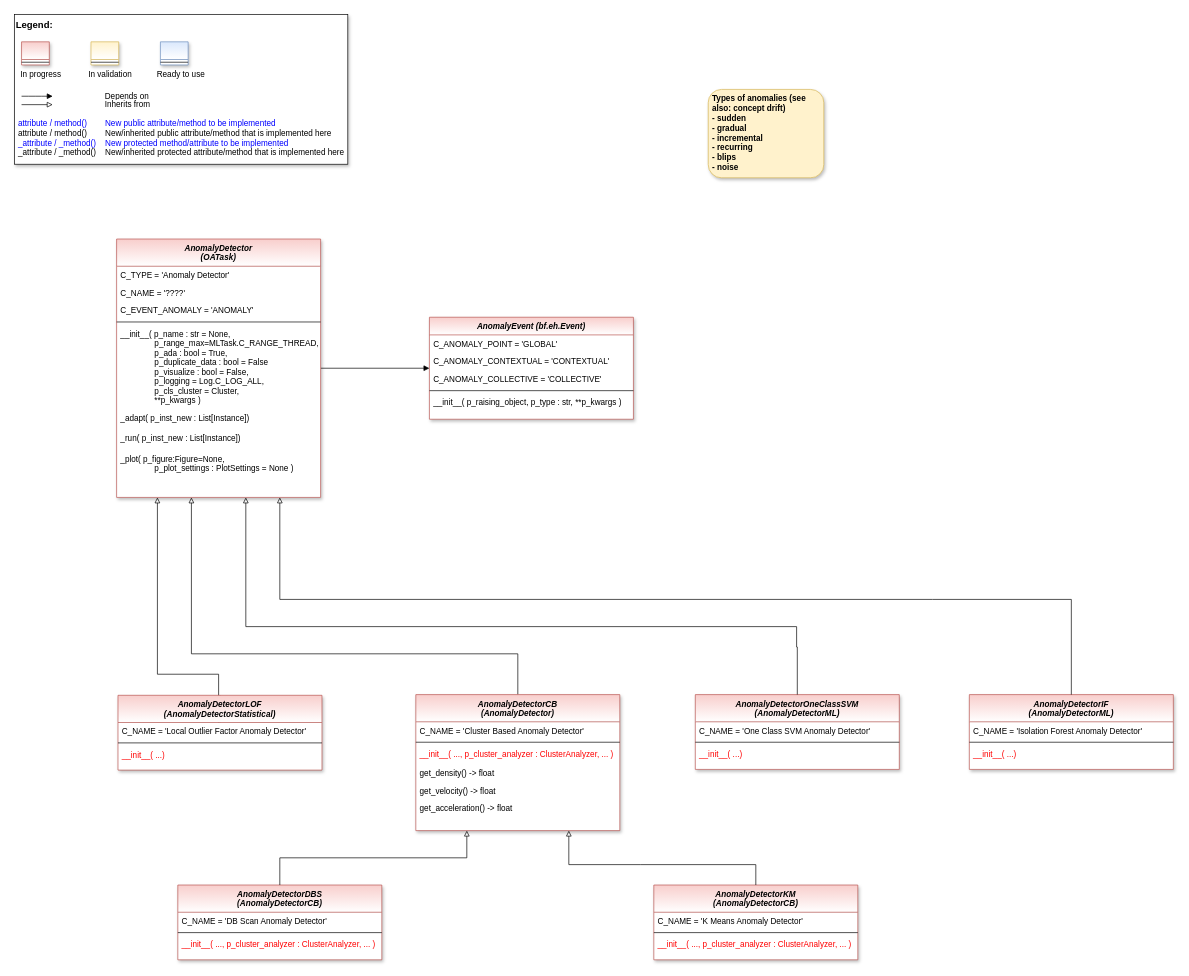
Before: doc/rtd/content/04_appendices/appendix2/sub/core/mlpro_oa/streams/tasks/images/MLPro-OA_Anomaly_Detectors_class_diagram.drawio in fhswf/MLPro, a draw.io diagram. Source tidied: cells renumbered, new cells numbered last; positions are measured from the earlier drawing's top-left corner, leaving out a move shared by most shapes. Both pictures are drawn from the tidied source at 68%, with x=0, y=0 at pixel (14, 14).
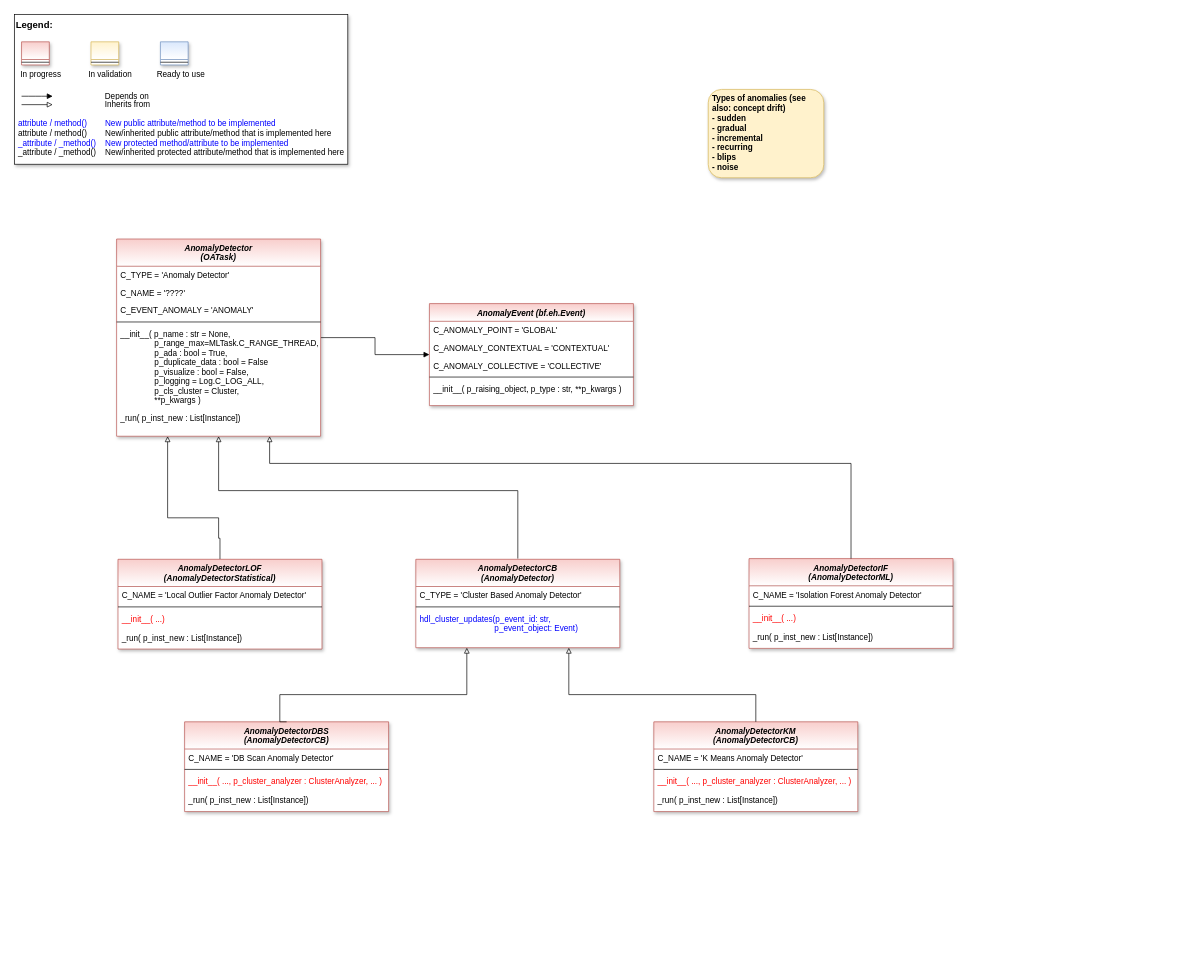
The same diagram, later.

What changed in the source:
```diff
@@
     <mxCell id="14" value="AnomalyDetector&#10;(OATask)" style="swimlane;fontStyle=3;align=center;verticalAlign=top;horizontal=1;startSize=40;rounded=0;shadow=1;strokeWidth=1;fillColor=#f8cecc;strokeColor=#b85450;swimlaneFillColor=#ffffff;gradientColor=#ffffff;" parent="1" vertex="1">
-      <mxGeometry x="150" y="330" width="300" height="380" as="geometry" />
+      <mxGeometry x="150" y="330" width="300" height="290" as="geometry" />
     </mxCell>
@@
-    <mxCell id="20" value="_adapt( p_inst_new : List[Instance])" style="text;align=left;verticalAlign=top;spacingLeft=4;spacingRight=4;overflow=hidden;shadow=1;" parent="14" vertex="1">
-      <mxGeometry y="250" width="300" height="30" as="geometry" />
-    </mxCell>
     <mxCell id="21" value="_run( p_inst_new : List[Instance])" style="text;align=left;verticalAlign=top;spacingLeft=4;spacingRight=4;overflow=hidden;shadow=1;" parent="14" vertex="1">
-      <mxGeometry y="280" width="300" height="30" as="geometry" />
+      <mxGeometry y="250" width="300" height="30" as="geometry" />
     </mxCell>
-    <mxCell id="22" value="_plot( p_figure:Figure=None, &#10;               p_plot_settings : PlotSettings = None )" style="text;align=left;verticalAlign=top;spacingLeft=4;spacingRight=4;overflow=hidden;fontColor=default;" parent="14" vertex="1">
-      <mxGeometry y="310" width="300" height="40" as="geometry" />
-    </mxCell>
     <mxCell id="23" value="AnomalyEvent (bf.eh.Event)" style="swimlane;fontStyle=3;align=center;verticalAlign=top;horizontal=1;startSize=26;rounded=0;shadow=1;strokeWidth=1;fillColor=#f8cecc;strokeColor=#b85450;swimlaneFillColor=#ffffff;gradientColor=#ffffff;" parent="1" vertex="1">
-      <mxGeometry x="610" y="445" width="300" height="150" as="geometry" />
+      <mxGeometry x="610" y="425" width="300" height="150" as="geometry" />
     </mxCell>
@@
-    <mxCell id="29" style="edgeStyle=orthogonalEdgeStyle;rounded=0;jettySize=auto;html=1;fontColor=#0000FF;endArrow=block;endFill=0;exitX=0.5;exitY=0;exitDx=0;exitDy=0;" parent="1" edge="1" source="30">
+    <mxCell id="29" style="edgeStyle=orthogonalEdgeStyle;rounded=0;jettySize=auto;html=1;fontColor=#0000FF;endArrow=block;endFill=0;entryX=0.5;entryY=1;entryDx=0;entryDy=0;" parent="1" edge="1" target="14">
       <mxGeometry relative="1" as="geometry">
-        <mxPoint x="260" y="710" as="targetPoint" />
+        <mxPoint x="740" y="800" as="sourcePoint" />
         <Array as="points">
-          <mxPoint x="740" y="940" />
-          <mxPoint x="260" y="940" />
+          <mxPoint x="740" y="700" />
+          <mxPoint x="300" y="700" />
         </Array>
       </mxGeometry>
     </mxCell>
     <mxCell id="30" value="AnomalyDetectorCB &#10;(AnomalyDetector)" style="swimlane;fontStyle=3;align=center;verticalAlign=top;horizontal=1;startSize=40;rounded=0;shadow=1;strokeWidth=1;fillColor=#f8cecc;strokeColor=#b85450;swimlaneFillColor=#ffffff;gradientColor=#ffffff;" parent="1" vertex="1">
-      <mxGeometry x="590" y="1000" width="300" height="200" as="geometry" />
+      <mxGeometry x="590" y="801" width="300" height="130" as="geometry" />
     </mxCell>
-    <mxCell id="31" value="C_NAME = 'Cluster Based Anomaly Detector'" style="text;align=left;verticalAlign=top;spacingLeft=4;spacingRight=4;overflow=hidden;fontColor=default;" parent="30" vertex="1">
+    <mxCell id="31" value="C_TYPE = 'Cluster Based Anomaly Detector'" style="text;align=left;verticalAlign=top;spacingLeft=4;spacingRight=4;overflow=hidden;fontColor=default;" parent="30" vertex="1">
       <mxGeometry y="40" width="300" height="26" as="geometry" />
     </mxCell>
@@
-    <mxCell id="33" value="__init__( ..., p_cluster_analyzer : ClusterAnalyzer, ... )" style="text;align=left;verticalAlign=top;spacingLeft=4;spacingRight=4;overflow=hidden;fontColor=#FF0000;" parent="30" vertex="1">
-      <mxGeometry y="74" width="300" height="28" as="geometry" />
-    </mxCell>
-    <mxCell id="34" value="get_density() -&gt; float" style="text;align=left;verticalAlign=top;spacingLeft=4;spacingRight=4;overflow=hidden;shadow=1;" parent="30" vertex="1">
-      <mxGeometry y="102" width="300" height="26" as="geometry" />
+    <mxCell id="34" value="hdl_cluster_updates(p_event_id: str,&#10;                                 p_event_object: Event)" style="text;align=left;verticalAlign=top;spacingLeft=4;spacingRight=4;overflow=hidden;shadow=1;fontColor=#0000FF;" parent="30" vertex="1">
+      <mxGeometry y="74" width="300" height="38" as="geometry" />
     </mxCell>
-    <mxCell id="35" value="get_velocity() -&gt; float" style="text;align=left;verticalAlign=top;spacingLeft=4;spacingRight=4;overflow=hidden;shadow=1;" parent="30" vertex="1">
-      <mxGeometry y="128" width="300" height="26" as="geometry" />
-    </mxCell>
-    <mxCell id="36" value="get_acceleration() -&gt; float" style="text;align=left;verticalAlign=top;spacingLeft=4;spacingRight=4;overflow=hidden;shadow=1;" parent="30" vertex="1">
-      <mxGeometry y="154" width="300" height="28" as="geometry" />
-    </mxCell>
-    <mxCell id="37" style="edgeStyle=orthogonalEdgeStyle;rounded=0;jettySize=auto;html=1;fontColor=#0000FF;endArrow=block;endFill=0;exitX=0.5;exitY=0;exitDx=0;exitDy=0;" parent="1" edge="1" source="54">
+    <mxCell id="37" style="edgeStyle=orthogonalEdgeStyle;rounded=0;jettySize=auto;html=1;fontColor=#0000FF;endArrow=block;endFill=0;exitX=0.5;exitY=0;exitDx=0;exitDy=0;entryX=0.25;entryY=1;entryDx=0;entryDy=0;" parent="1" edge="1" source="54" target="14">
       <mxGeometry relative="1" as="geometry">
-        <mxPoint x="210" y="710" as="targetPoint" />
         <Array as="points">
-          <mxPoint x="300" y="1070" />
-          <mxPoint x="300" y="970" />
-          <mxPoint x="210" y="970" />
+          <mxPoint x="302" y="770" />
+          <mxPoint x="300" y="770" />
+          <mxPoint x="300" y="740" />
+          <mxPoint x="225" y="740" />
         </Array>
       </mxGeometry>
     </mxCell>
-    <mxCell id="38" value="AnomalyDetectorOneClassSVM&#10;(AnomalyDetectorML)" style="swimlane;fontStyle=3;align=center;verticalAlign=top;horizontal=1;startSize=40;rounded=0;shadow=1;strokeWidth=1;fillColor=#f8cecc;strokeColor=#b85450;swimlaneFillColor=#ffffff;gradientColor=#ffffff;" parent="1" vertex="1">
-      <mxGeometry x="1001" y="1000" width="300" height="110" as="geometry" />
-    </mxCell>
-    <mxCell id="39" value="C_NAME = 'One Class SVM Anomaly Detector'" style="text;align=left;verticalAlign=top;spacingLeft=4;spacingRight=4;overflow=hidden;fontColor=default;" parent="38" vertex="1">
-      <mxGeometry y="40" width="300" height="26" as="geometry" />
-    </mxCell>
-    <mxCell id="40" style="line;html=1;strokeWidth=1;align=left;verticalAlign=middle;spacingTop=-1;spacingLeft=3;spacingRight=3;labelPosition=right;" parent="38" vertex="1">
-      <mxGeometry y="66" width="300" height="8" as="geometry" />
-    </mxCell>
-    <mxCell id="41" value="__init__( ...)" style="text;align=left;verticalAlign=top;spacingLeft=4;spacingRight=4;overflow=hidden;fontColor=#FF0000;" parent="38" vertex="1">
-      <mxGeometry y="74" width="300" height="28" as="geometry" />
-    </mxCell>
     <mxCell id="42" value="AnomalyDetectorIF&#10;(AnomalyDetectorML)" style="swimlane;fontStyle=3;align=center;verticalAlign=top;horizontal=1;startSize=40;rounded=0;shadow=1;strokeWidth=1;fillColor=#f8cecc;strokeColor=#b85450;swimlaneFillColor=#ffffff;gradientColor=#ffffff;" parent="1" vertex="1">
-      <mxGeometry x="1404" y="1000" width="300" height="110" as="geometry" />
+      <mxGeometry x="1080" y="800" width="300" height="132" as="geometry" />
     </mxCell>
@@
+    <mxCell id="62" value="_run( p_inst_new : List[Instance])" style="text;align=left;verticalAlign=top;spacingLeft=4;spacingRight=4;overflow=hidden;shadow=1;" parent="42" vertex="1">
+      <mxGeometry y="102" width="300" height="30" as="geometry" />
+    </mxCell>
     <mxCell id="46" value="AnomalyDetectorDBS&#10;(AnomalyDetectorCB)" style="swimlane;fontStyle=3;align=center;verticalAlign=top;horizontal=1;startSize=40;rounded=0;shadow=1;strokeWidth=1;fillColor=#f8cecc;strokeColor=#b85450;swimlaneFillColor=#ffffff;gradientColor=#ffffff;" parent="1" vertex="1">
-      <mxGeometry x="240" y="1280" width="300" height="110" as="geometry" />
+      <mxGeometry x="250" y="1040" width="300" height="132" as="geometry" />
     </mxCell>
@@
+    <mxCell id="63" value="_run( p_inst_new : List[Instance])" style="text;align=left;verticalAlign=top;spacingLeft=4;spacingRight=4;overflow=hidden;shadow=1;" parent="46" vertex="1">
+      <mxGeometry y="102" width="300" height="30" as="geometry" />
+    </mxCell>
     <mxCell id="50" value="AnomalyDetectorKM&#10;(AnomalyDetectorCB)" style="swimlane;fontStyle=3;align=center;verticalAlign=top;horizontal=1;startSize=40;rounded=0;shadow=1;strokeWidth=1;fillColor=#f8cecc;strokeColor=#b85450;swimlaneFillColor=#ffffff;gradientColor=#ffffff;" parent="1" vertex="1">
-      <mxGeometry x="940" y="1280" width="300" height="110" as="geometry" />
+      <mxGeometry x="940" y="1040" width="300" height="132" as="geometry" />
     </mxCell>
@@
+    <mxCell id="64" value="_run( p_inst_new : List[Instance])" style="text;align=left;verticalAlign=top;spacingLeft=4;spacingRight=4;overflow=hidden;shadow=1;" parent="50" vertex="1">
+      <mxGeometry y="102" width="300" height="30" as="geometry" />
+    </mxCell>
     <mxCell id="54" value="AnomalyDetectorLOF&#10;(AnomalyDetectorStatistical)" style="swimlane;fontStyle=3;align=center;verticalAlign=top;horizontal=1;startSize=40;rounded=0;shadow=1;strokeWidth=1;fillColor=#f8cecc;strokeColor=#b85450;swimlaneFillColor=#ffffff;gradientColor=#ffffff;" parent="1" vertex="1">
-      <mxGeometry x="152" y="1001" width="300" height="110" as="geometry" />
+      <mxGeometry x="152" y="801" width="300" height="132" as="geometry" />
     </mxCell>
@@
-    <mxCell id="58" style="edgeStyle=orthogonalEdgeStyle;rounded=0;jettySize=auto;html=1;fontColor=#0000FF;endArrow=block;endFill=0;exitX=0.5;exitY=0;exitDx=0;exitDy=0;" parent="1" edge="1" source="38">
-      <mxGeometry relative="1" as="geometry">
-        <mxPoint x="340" y="710" as="targetPoint" />
-        <Array as="points">
-          <mxPoint x="1151" y="930" />
-          <mxPoint x="1150" y="930" />
-          <mxPoint x="1150" y="900" />
-          <mxPoint x="340" y="900" />
-        </Array>
-      </mxGeometry>
-    </mxCell>
+    <mxCell id="65" value="_run( p_inst_new : List[Instance])" style="text;align=left;verticalAlign=top;spacingLeft=4;spacingRight=4;overflow=hidden;shadow=1;" parent="54" vertex="1">
+      <mxGeometry y="102" width="300" height="30" as="geometry" />
+    </mxCell>
     <mxCell id="59" style="edgeStyle=orthogonalEdgeStyle;rounded=0;jettySize=auto;html=1;fontColor=#0000FF;endArrow=block;endFill=0;exitX=0.5;exitY=0;exitDx=0;exitDy=0;entryX=0.25;entryY=1;entryDx=0;entryDy=0;" parent="1" edge="1" source="46" target="30">
       <mxGeometry relative="1" as="geometry">
         <Array as="points">
-          <mxPoint x="390" y="1240" />
-          <mxPoint x="665" y="1240" />
+          <mxPoint x="390" y="1000" />
+          <mxPoint x="665" y="1000" />
         </Array>
       </mxGeometry>
     </mxCell>
     <mxCell id="60" style="edgeStyle=orthogonalEdgeStyle;rounded=0;jettySize=auto;html=1;fontColor=#0000FF;endArrow=block;endFill=0;exitX=0.5;exitY=0;exitDx=0;exitDy=0;entryX=0.75;entryY=1;entryDx=0;entryDy=0;" parent="1" edge="1" source="50" target="30">
       <mxGeometry relative="1" as="geometry">
         <Array as="points">
-          <mxPoint x="1090" y="1250" />
-          <mxPoint x="920" y="1250" />
-          <mxPoint x="920" y="1250" />
-          <mxPoint x="815" y="1250" />
+          <mxPoint x="1090" y="1000" />
+          <mxPoint x="815" y="1000" />
         </Array>
       </mxGeometry>
     </mxCell>
-    <mxCell id="61" style="edgeStyle=orthogonalEdgeStyle;rounded=0;jettySize=auto;html=1;fontColor=#0000FF;endArrow=block;endFill=0;exitX=0.5;exitY=0;exitDx=0;exitDy=0;" parent="1" edge="1" source="42">
+    <mxCell id="61" style="edgeStyle=orthogonalEdgeStyle;rounded=0;jettySize=auto;html=1;fontColor=#0000FF;endArrow=block;endFill=0;exitX=0.5;exitY=0;exitDx=0;exitDy=0;entryX=0.75;entryY=1;entryDx=0;entryDy=0;" parent="1" edge="1" source="42" target="14">
       <mxGeometry relative="1" as="geometry">
-        <mxPoint x="390" y="710" as="targetPoint" />
         <Array as="points">
-          <mxPoint x="1554" y="860" />
-          <mxPoint x="1350" y="860" />
-          <mxPoint x="1350" y="860" />
-          <mxPoint x="390" y="860" />
+          <mxPoint x="1230" y="660" />
+          <mxPoint x="375" y="660" />
         </Array>
       </mxGeometry>
     </mxCell>
```
